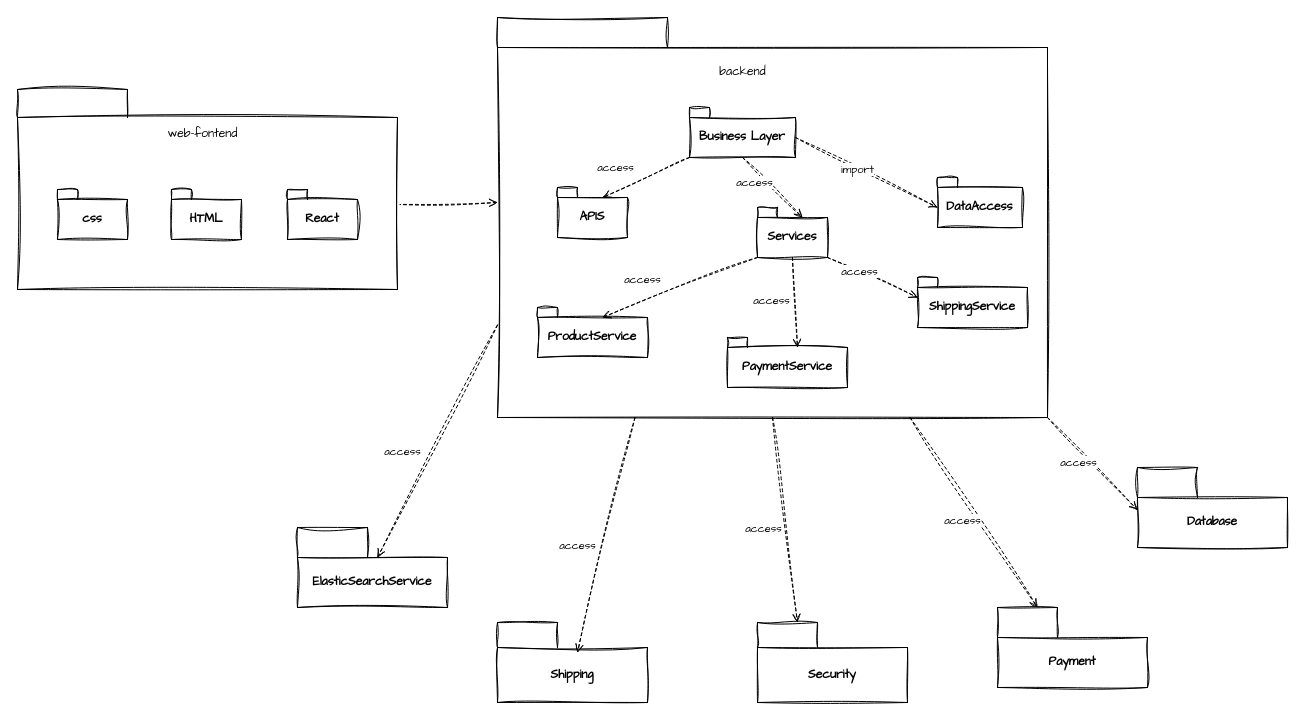
This is page "Page-2" (2 of 2) of AzureCloud.drawio from Samba2000/mes-projests, a draw.io file, before an edit. Source tidied: cells renumbered, new cells numbered last; positions are measured from the earlier drawing's top-left corner, leaving out a move shared by most shapes. Both pictures are drawn from the tidied source at 100%, with x=0, y=0 at pixel (17, 17).
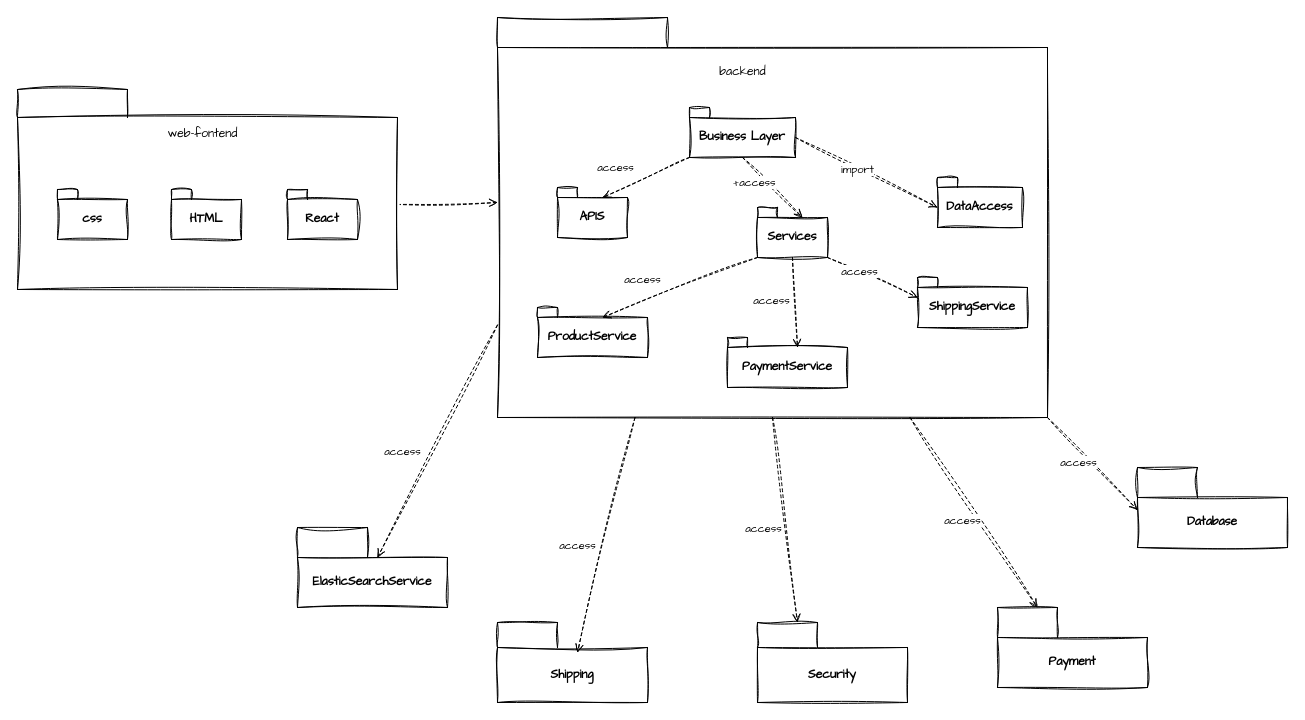
After the change.

Commit message:
Mettre à jour AzureCloud.drawio

Unchanged cells that the change refers to:
```xml
<mxCell id="27" style="endArrow=open;html=1;rounded=0;align=center;verticalAlign=bottom;dashed=1;endFill=0;labelBackgroundColor=none;sketch=1;hachureGap=4;jiggle=2;curveFitting=1;fontFamily=Architects Daughter;exitX=0.5;exitY=1;exitDx=0;exitDy=0;exitPerimeter=0;entryX=0;entryY=0;entryDx=45;entryDy=10;entryPerimeter=0;" parent="1" edge="1" source="11" target="6">
  <mxGeometry relative="1" as="geometry" />
</mxCell>
```

Change to the diagram source:
```diff
@@
-    <mxCell id="29" value="access" style="edgeLabel;html=1;align=center;verticalAlign=middle;sketch=1;hachureGap=4;jiggle=2;curveFitting=1;fontFamily=Architects Daughter;" parent="27" vertex="1">
+    <mxCell id="29" value="+access" style="edgeLabel;html=1;align=center;verticalAlign=middle;sketch=1;hachureGap=4;jiggle=2;curveFitting=1;fontFamily=Architects Daughter;" parent="27" vertex="1">
       <mxGeometry x="0.19" y="-2" relative="1" as="geometry">
         <mxPoint x="-22" y="-12" as="offset" />
       </mxGeometry>
     </mxCell>
```
